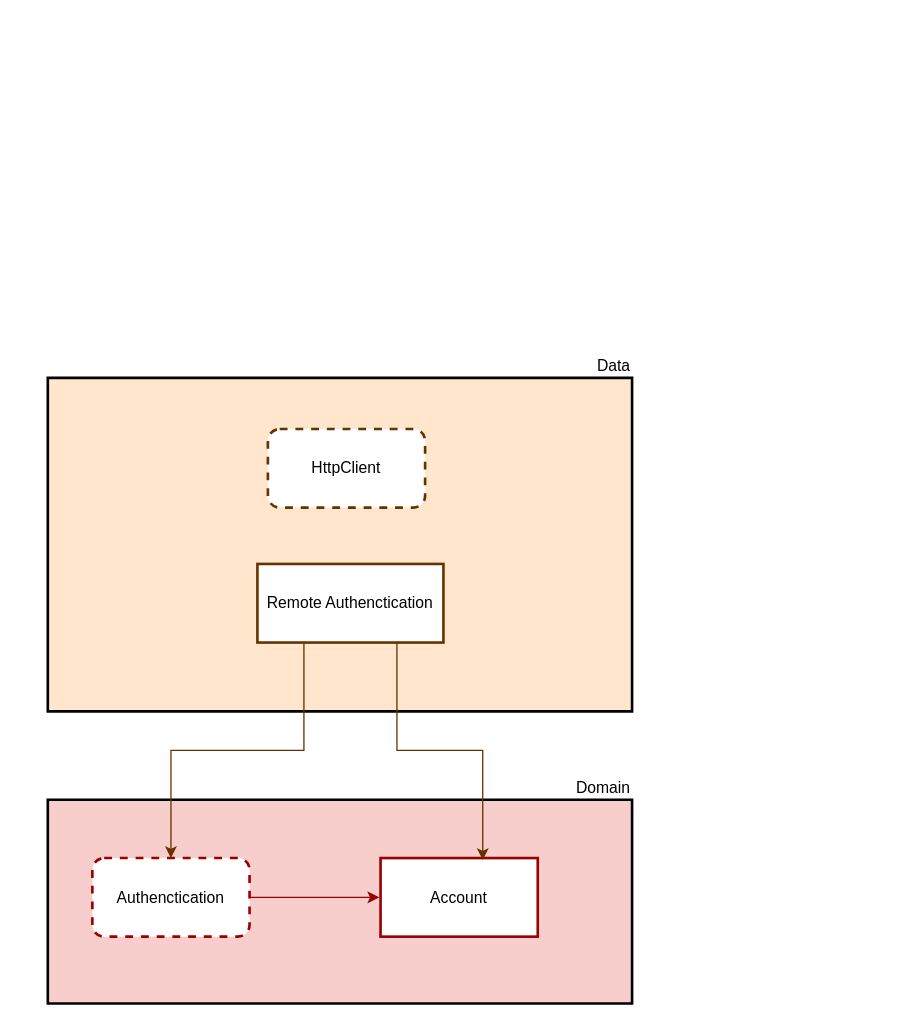
This is requirements/Untitled Diagram.drawio from maurojohann/Flutter-TDD-CleanArchitecture, a draw.io file, before an edit. Source tidied: cells renumbered, new cells numbered last; positions are measured from the earlier drawing's top-left corner, leaving out a move shared by most shapes. Both pictures are drawn from the tidied source at 131%, with x=0, y=0 at pixel (47, 377).
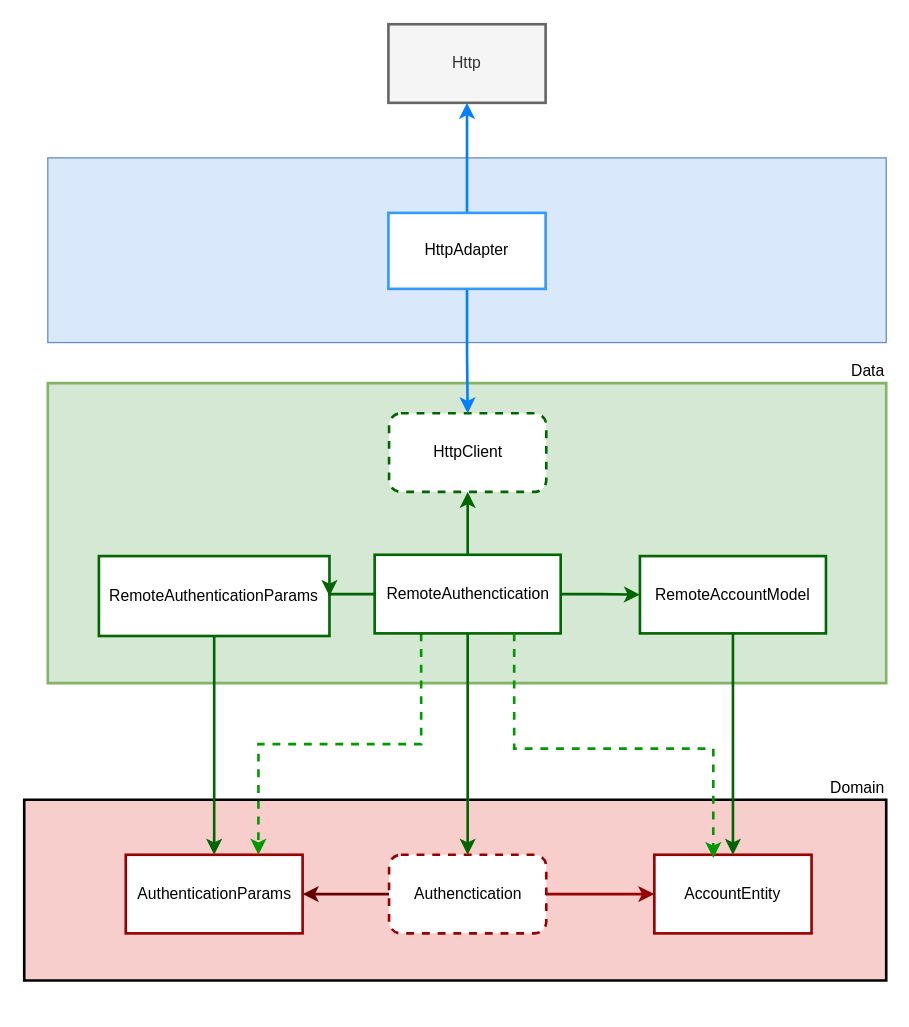
Above is the later version.

What changed in the source:
```diff
@@
     <mxCell id="2" value="Domain" style="verticalLabelPosition=top;verticalAlign=bottom;html=1;shape=mxgraph.basic.rect;fillColor2=none;strokeWidth=2;size=20;indent=5;fillColor=#f8cecc;align=right;labelPosition=center;" parent="1" vertex="1">
-      <mxGeometry y="322" width="446" height="155.5" as="geometry" />
+      <mxGeometry x="-18" y="322" width="658" height="138" as="geometry" />
     </mxCell>
+    <mxCell id="11" style="edgeStyle=orthogonalEdgeStyle;rounded=0;jumpStyle=none;jettySize=auto;html=1;exitX=0;exitY=0.5;exitDx=0;exitDy=0;entryX=1;entryY=0.5;entryDx=0;entryDy=0;strokeWidth=2;strokeColor=#660000;" parent="1" edge="1" source="3" target="13">
+      <mxGeometry relative="1" as="geometry" />
+    </mxCell>
     <mxCell id="3" value="Authenctication" style="whiteSpace=wrap;html=1;dashed=1;glass=0;strokeWidth=2;perimeterSpacing=0;labelBorderColor=none;labelBackgroundColor=none;strokeColor=#990000;rounded=1;" parent="1" vertex="1">
-      <mxGeometry x="34" y="366.5" width="120" height="60" as="geometry" />
+      <mxGeometry x="260.5" y="364" width="120" height="60" as="geometry" />
     </mxCell>
-    <mxCell id="4" value="Account" style="whiteSpace=wrap;html=1;glass=0;strokeWidth=2;perimeterSpacing=0;labelBorderColor=none;labelBackgroundColor=none;strokeColor=#990000;" parent="1" vertex="1">
-      <mxGeometry x="254" y="366.5" width="120" height="60" as="geometry" />
+    <mxCell id="4" value="AccountEntity" style="whiteSpace=wrap;html=1;glass=0;strokeWidth=2;perimeterSpacing=0;labelBorderColor=none;labelBackgroundColor=none;strokeColor=#990000;" parent="1" vertex="1">
+      <mxGeometry x="463" y="364" width="120" height="60" as="geometry" />
     </mxCell>
-    <mxCell id="5" style="endArrow=classic;html=1;exitX=1;exitY=0.5;exitDx=0;exitDy=0;strokeColor=#990000;" parent="1" edge="1" source="3">
-      <mxGeometry relative="1" as="geometry">
-        <mxPoint x="253" y="396.5" as="targetPoint" />
-      </mxGeometry>
+    <mxCell id="5" style="endArrow=classic;html=1;exitX=1;exitY=0.5;exitDx=0;exitDy=0;strokeColor=#990000;strokeWidth=2;entryX=0;entryY=0.5;entryDx=0;entryDy=0;" parent="1" edge="1" source="3" target="4">
+      <mxGeometry relative="1" as="geometry" />
     </mxCell>
-    <mxCell id="6" value="Data" style="verticalLabelPosition=top;verticalAlign=bottom;html=1;shape=mxgraph.basic.rect;fillColor2=none;strokeWidth=2;size=20;indent=5;align=right;labelPosition=center;fillColor=#FFE6CC;" parent="1" vertex="1">
-      <mxGeometry width="446" height="254.5" as="geometry" />
+    <mxCell id="6" value="Data" style="verticalLabelPosition=top;verticalAlign=bottom;html=1;shape=mxgraph.basic.rect;fillColor2=none;strokeWidth=2;size=20;indent=5;align=right;labelPosition=center;fillColor=#d5e8d4;strokeColor=#82b366;" parent="1" vertex="1">
+      <mxGeometry y="4" width="640" height="229" as="geometry" />
     </mxCell>
-    <mxCell id="7" style="edgeStyle=orthogonalEdgeStyle;rounded=0;jettySize=auto;html=1;exitX=0.25;exitY=1;exitDx=0;exitDy=0;entryX=0.5;entryY=0;entryDx=0;entryDy=0;strokeColor=#663300;" parent="1" edge="1" source="9" target="3">
-      <mxGeometry relative="1" as="geometry" />
-    </mxCell>
-    <mxCell id="8" style="edgeStyle=orthogonalEdgeStyle;rounded=0;jettySize=auto;html=1;exitX=0.75;exitY=1;exitDx=0;exitDy=0;entryX=0.65;entryY=0.025;entryDx=0;entryDy=0;entryPerimeter=0;strokeColor=#663300;" parent="1" edge="1" source="9" target="4">
-      <mxGeometry relative="1" as="geometry" />
-    </mxCell>
-    <mxCell id="9" value="Remote Authenctication" style="whiteSpace=wrap;html=1;glass=0;strokeWidth=2;perimeterSpacing=0;labelBorderColor=none;labelBackgroundColor=none;rounded=0;strokeColor=#663300;" parent="1" vertex="1">
-      <mxGeometry x="160" y="142" width="142" height="60" as="geometry" />
-    </mxCell>
+    <mxCell id="12" style="edgeStyle=orthogonalEdgeStyle;rounded=0;jettySize=auto;html=1;strokeColor=#006600;strokeWidth=2;" parent="1" edge="1" source="20" target="3">
+      <mxGeometry relative="1" as="geometry" />
+    </mxCell>
-    <mxCell id="10" value="HttpClient" style="whiteSpace=wrap;html=1;dashed=1;glass=0;strokeWidth=2;perimeterSpacing=0;labelBorderColor=none;labelBackgroundColor=none;rounded=1;strokeColor=#663300;" parent="1" vertex="1">
-      <mxGeometry x="168" y="39" width="120" height="60" as="geometry" />
+    <mxCell id="10" value="HttpClient" style="whiteSpace=wrap;html=1;dashed=1;glass=0;strokeWidth=2;perimeterSpacing=0;labelBorderColor=none;labelBackgroundColor=none;rounded=1;strokeColor=#006600;" parent="1" vertex="1">
+      <mxGeometry x="260.5" y="27" width="120" height="60" as="geometry" />
     </mxCell>
+    <mxCell id="13" value="AuthenticationParams" style="whiteSpace=wrap;html=1;glass=0;strokeWidth=2;perimeterSpacing=0;labelBorderColor=none;labelBackgroundColor=none;strokeColor=#990000;" parent="1" vertex="1">
+      <mxGeometry x="59.5" y="364" width="135" height="60" as="geometry" />
+    </mxCell>
+    <mxCell id="14" style="edgeStyle=orthogonalEdgeStyle;rounded=0;jumpStyle=none;jettySize=auto;html=1;exitX=0.5;exitY=1;exitDx=0;exitDy=0;strokeWidth=2;strokeColor=#006600;" parent="1" edge="1" source="15" target="13">
+      <mxGeometry relative="1" as="geometry" />
+    </mxCell>
+    <mxCell id="15" value="RemoteAuthenticationParams" style="whiteSpace=wrap;html=1;glass=0;strokeWidth=2;perimeterSpacing=0;labelBorderColor=none;labelBackgroundColor=none;rounded=0;strokeColor=#006600;" parent="1" vertex="1">
+      <mxGeometry x="39" y="136" width="176" height="61" as="geometry" />
+    </mxCell>
+    <mxCell id="16" style="edgeStyle=orthogonalEdgeStyle;rounded=0;jumpStyle=none;jettySize=auto;html=1;exitX=0.25;exitY=1;exitDx=0;exitDy=0;entryX=0.75;entryY=0;entryDx=0;entryDy=0;dashed=1;strokeColor=#009900;strokeWidth=2;" parent="1" edge="1" source="20" target="13">
+      <mxGeometry relative="1" as="geometry" />
+    </mxCell>
+    <mxCell id="17" style="edgeStyle=orthogonalEdgeStyle;rounded=0;jumpStyle=none;jettySize=auto;html=1;entryX=0;entryY=0.5;entryDx=0;entryDy=0;strokeColor=#006600;strokeWidth=2;" parent="1" edge="1" source="20" target="22">
+      <mxGeometry relative="1" as="geometry" />
+    </mxCell>
+    <mxCell id="18" style="edgeStyle=orthogonalEdgeStyle;rounded=0;jumpStyle=none;jettySize=auto;html=1;exitX=0;exitY=0.5;exitDx=0;exitDy=0;entryX=1;entryY=0.5;entryDx=0;entryDy=0;strokeColor=#006600;strokeWidth=2;" parent="1" edge="1" source="20" target="15">
+      <mxGeometry relative="1" as="geometry" />
+    </mxCell>
+    <mxCell id="19" style="edgeStyle=orthogonalEdgeStyle;rounded=0;jumpStyle=none;jettySize=auto;html=1;exitX=0.5;exitY=0;exitDx=0;exitDy=0;strokeColor=#006600;strokeWidth=2;" parent="1" edge="1" source="20" target="10">
+      <mxGeometry relative="1" as="geometry" />
+    </mxCell>
+    <mxCell id="20" value="RemoteAuthenctication" style="whiteSpace=wrap;html=1;glass=0;strokeWidth=2;perimeterSpacing=0;labelBorderColor=none;labelBackgroundColor=none;rounded=0;strokeColor=#006600;" parent="1" vertex="1">
+      <mxGeometry x="249.5" y="135" width="142" height="60" as="geometry" />
+    </mxCell>
+    <mxCell id="21" style="edgeStyle=orthogonalEdgeStyle;rounded=0;jumpStyle=none;jettySize=auto;html=1;entryX=0.5;entryY=0;entryDx=0;entryDy=0;strokeWidth=2;strokeColor=#006600;" parent="1" edge="1" source="22" target="4">
+      <mxGeometry relative="1" as="geometry" />
+    </mxCell>
+    <mxCell id="22" value="RemoteAccountModel" style="whiteSpace=wrap;html=1;glass=0;strokeWidth=2;perimeterSpacing=0;labelBorderColor=none;labelBackgroundColor=none;rounded=0;strokeColor=#006600;" parent="1" vertex="1">
+      <mxGeometry x="452" y="136" width="142" height="59" as="geometry" />
+    </mxCell>
+    <mxCell id="23" style="edgeStyle=orthogonalEdgeStyle;rounded=0;jettySize=auto;html=1;exitX=0.75;exitY=1;exitDx=0;exitDy=0;entryX=0.25;entryY=0;entryDx=0;entryDy=0;dashed=1;strokeWidth=2;jumpStyle=none;strokeColor=#009900;" parent="1" edge="1" source="20">
+      <mxGeometry relative="1" as="geometry">
+        <mxPoint x="508" y="366.5" as="targetPoint" />
+        <Array as="points">
+          <mxPoint x="356" y="283" />
+          <mxPoint x="508" y="283" />
+        </Array>
+      </mxGeometry>
+    </mxCell>
+    <mxCell id="24" style="rounded=0;whiteSpace=wrap;html=1;strokeColor=#6c8ebf;fillColor=#dae8fc;" parent="1" vertex="1">
+      <mxGeometry y="-168" width="640" height="141" as="geometry" />
+    </mxCell>
+    <mxCell id="25" style="edgeStyle=orthogonalEdgeStyle;rounded=0;jumpStyle=none;jettySize=auto;html=1;strokeWidth=2;strokeColor=#007FFF;" parent="1" edge="1" source="27" target="10">
+      <mxGeometry relative="1" as="geometry" />
+    </mxCell>
+    <mxCell id="26" style="edgeStyle=orthogonalEdgeStyle;rounded=0;jumpStyle=none;jettySize=auto;html=1;entryX=0.5;entryY=1;entryDx=0;entryDy=0;strokeColor=#007FFF;strokeWidth=2;" parent="1" edge="1" source="27" target="28">
+      <mxGeometry relative="1" as="geometry" />
+    </mxCell>
+    <mxCell id="27" value="HttpAdapter" style="rounded=0;whiteSpace=wrap;html=1;strokeWidth=2;strokeColor=#3399FF;" parent="1" vertex="1">
+      <mxGeometry x="260" y="-126" width="120" height="58" as="geometry" />
+    </mxCell>
+    <mxCell id="28" value="Http" style="rounded=0;whiteSpace=wrap;html=1;strokeColor=#666666;strokeWidth=2;fillColor=#f5f5f5;fontColor=#333333;" parent="1" vertex="1">
+      <mxGeometry x="260" y="-270" width="120" height="60" as="geometry" />
+    </mxCell>
```
